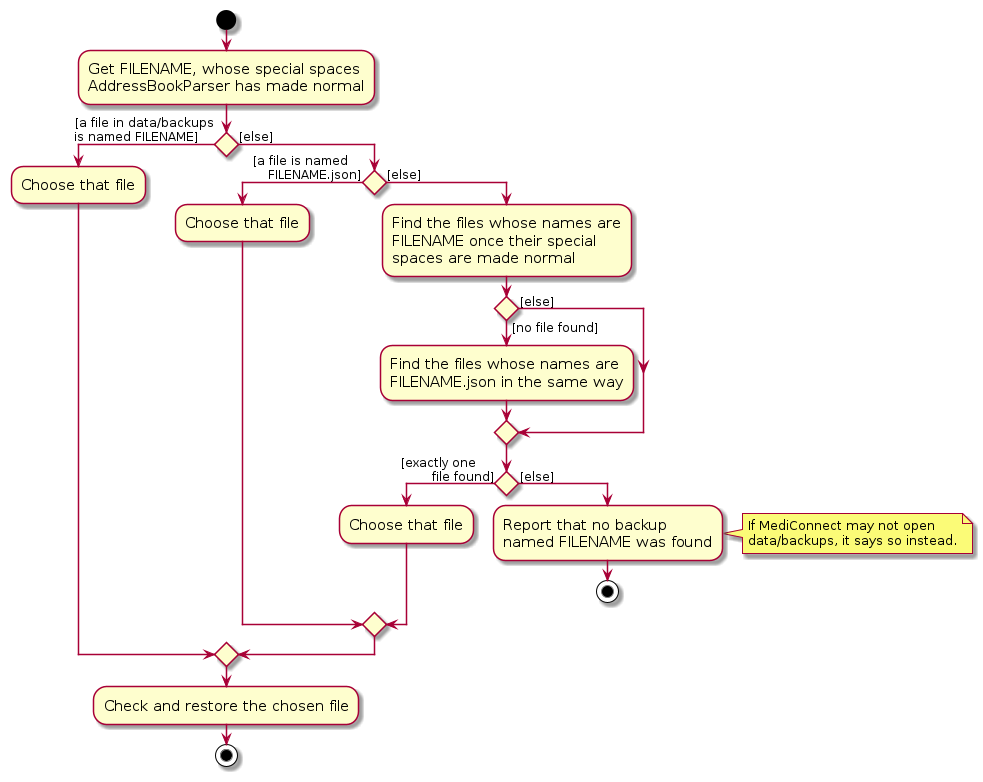
AY2627S1-CS2103T-W08-1/tp keeps this PlantUML diagram as diagrams/RestoreLookupActivityDiagram.png. Above is the earlier version. Its source is kept beside it as diagrams/RestoreLookupActivityDiagram.puml.
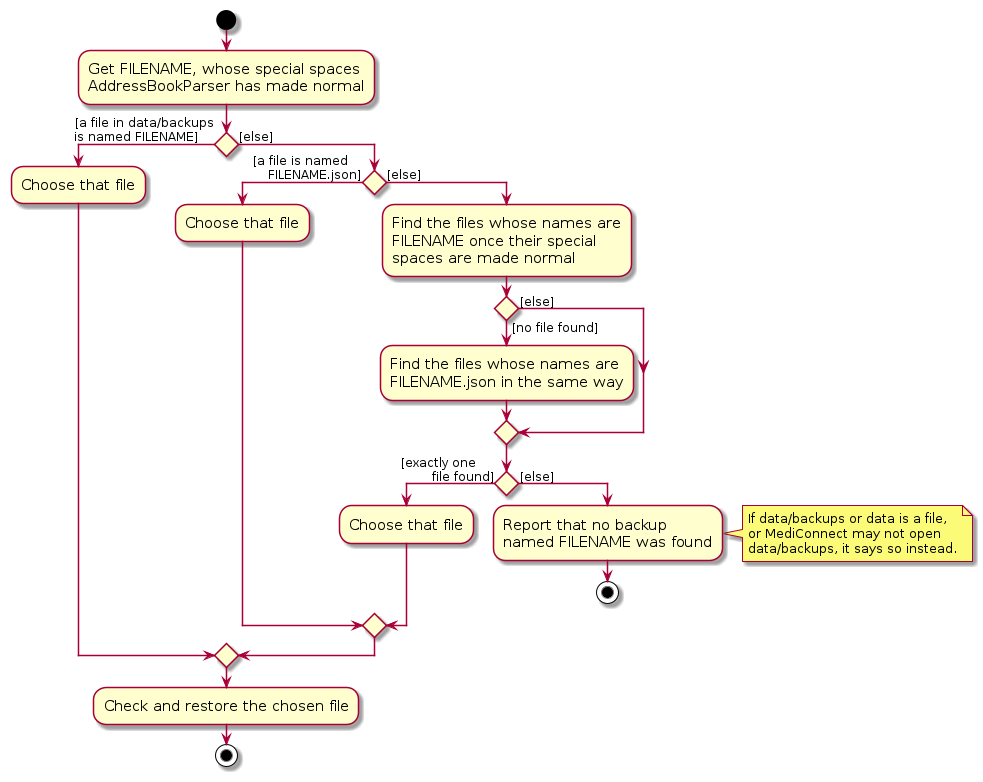
After the change.

What changed in the source:
```diff
@@ -30,7 +30,8 @@
             :Report that no backup
             named FILENAME was found;
             note right
-                If MediConnect may not open
+                If data/backups or data is a file,
+                or MediConnect may not open
                 data/backups, it says so instead.
             end note
             stop
```
